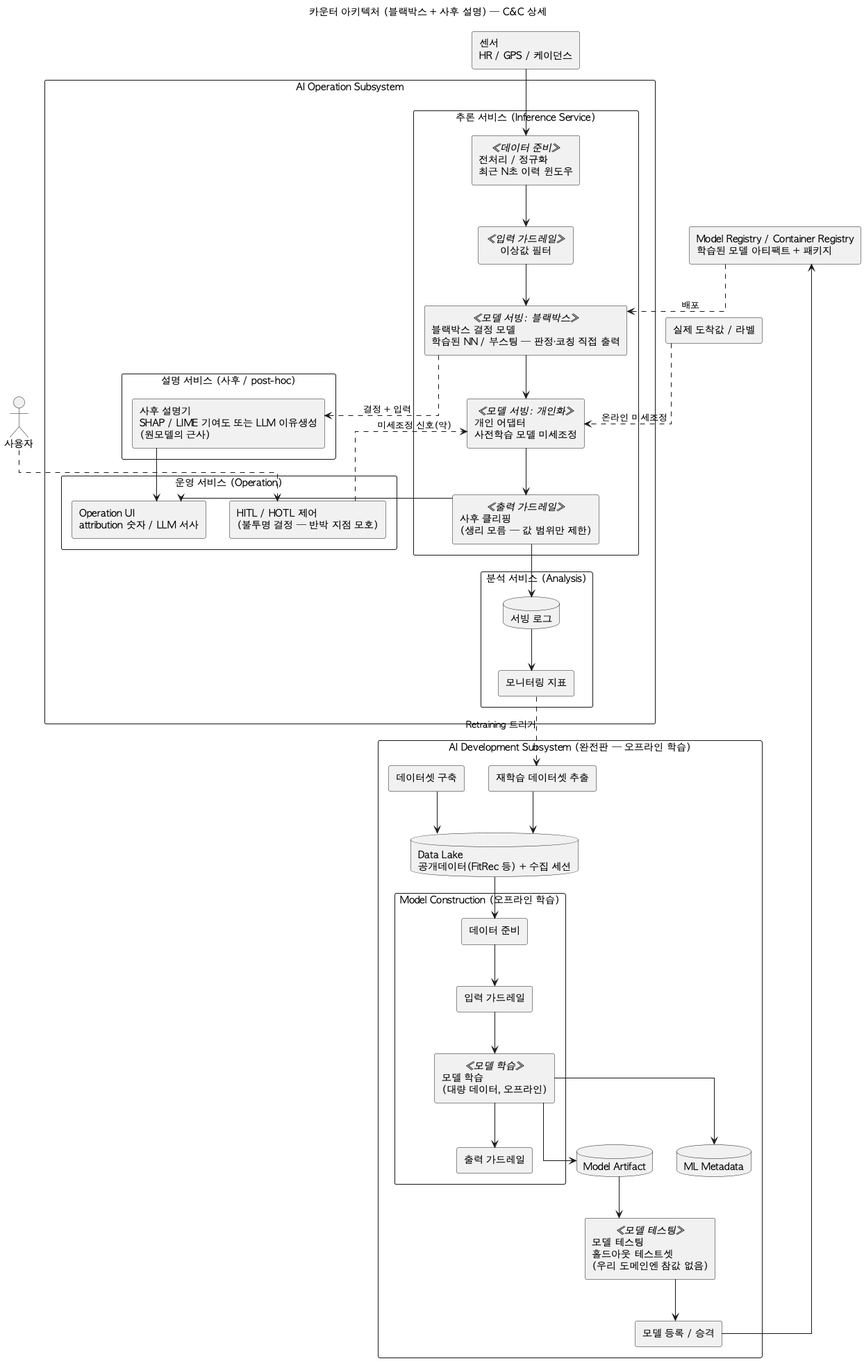
tenyearslove/zone2runner keeps this PlantUML diagram as arch/diagrams/04-counter-component-cnc.png. Above is the earlier version. Source of this version:
```plantuml
@startuml
title 카운터 아키텍처 (블랙박스 + 사후 설명) — C&C 상세
skinparam defaultFontName "AppleGothic"
skinparam componentStyle rectangle
skinparam shadowing false
skinparam packageStyle rectangle
skinparam linetype ortho

actor "사용자" as User
component "센서\nHR / GPS / 케이던스" as Sensors
component "실제 도착값 / 라벨" as H

package "AI Operation Subsystem" {

  package "추론 서비스 (Inference Service)" as INF {
    component "전처리 / 정규화\n최근 N초 이력 윈도우" <<데이터 준비>> as PRE
    component "이상값 필터" <<입력 가드레일>> as IG
    component "블랙박스 결정 모델\n학습된 NN / 부스팅 — 판정·코칭 직접 출력" <<모델 서빙: 블랙박스>> as MODEL
    component "개인 어댑터\n사전학습 모델 미세조정" <<모델 서빙: 개인화>> as ADAPTER
    component "사후 클리핑\n(생리 모름 — 값 범위만 제한)" <<출력 가드레일>> as OG
  }

  package "설명 서비스 (사후 / post-hoc)" as EXP {
    component "사후 설명기\nSHAP / LIME 기여도 또는 LLM 이유생성\n(원모델의 근사)" as POST
  }

  package "분석 서비스 (Analysis)" as ANASVC {
    database "서빙 로그" as SLOG
    component "모니터링 지표" as MON
  }

  package "운영 서비스 (Operation)" as OPSVC {
    component "Operation UI\nattribution 숫자 / LLM 서사" as UI
    component "HITL / HOTL 제어\n(불투명 결정 — 반박 지점 모호)" as CTRL
  }
}

package "AI Development Subsystem (완전판 — 오프라인 학습)" as DEV {
  component "데이터셋 구축" as DSET
  database "Data Lake\n공개데이터(FitRec 등) + 수집 세션" as DLAKE
  component "재학습 데이터셋 추출" as REEX

  package "Model Construction (오프라인 학습)" as MC {
    component "데이터 준비" as MPREP
    component "입력 가드레일" as MIG
    component "모델 학습\n(대량 데이터, 오프라인)" <<모델 학습>> as TRAIN
    component "출력 가드레일" as MOG
    MPREP --> MIG
    MIG --> TRAIN
    TRAIN --> MOG
  }
  database "Model Artifact" as MART
  database "ML Metadata" as MMETA
  component "모델 테스팅\n홀드아웃 테스트셋\n(우리 도메인엔 참값 없음)" <<모델 테스팅>> as MTEST
  component "모델 등록 / 승격" as MPROM
}

component "Model Registry / Container Registry\n학습된 모델 아티팩트 + 패키지" as REG

Sensors --> PRE
PRE --> IG
IG --> MODEL
MODEL --> ADAPTER
ADAPTER --> OG
OG --> UI
OG --> SLOG
SLOG --> MON

MODEL ..> POST : 결정 + 입력
POST --> UI
User ..> CTRL
CTRL ..> ADAPTER : 미세조정 신호(약)

DSET --> DLAKE
DLAKE --> MPREP
TRAIN --> MART
TRAIN --> MMETA
MART --> MTEST
MTEST --> MPROM
MPROM --> REG
REG ..> MODEL : 배포
H ..> ADAPTER : 온라인 미세조정
MON ..> REEX : Retraining 트리거
REEX --> DLAKE
@enduml
```
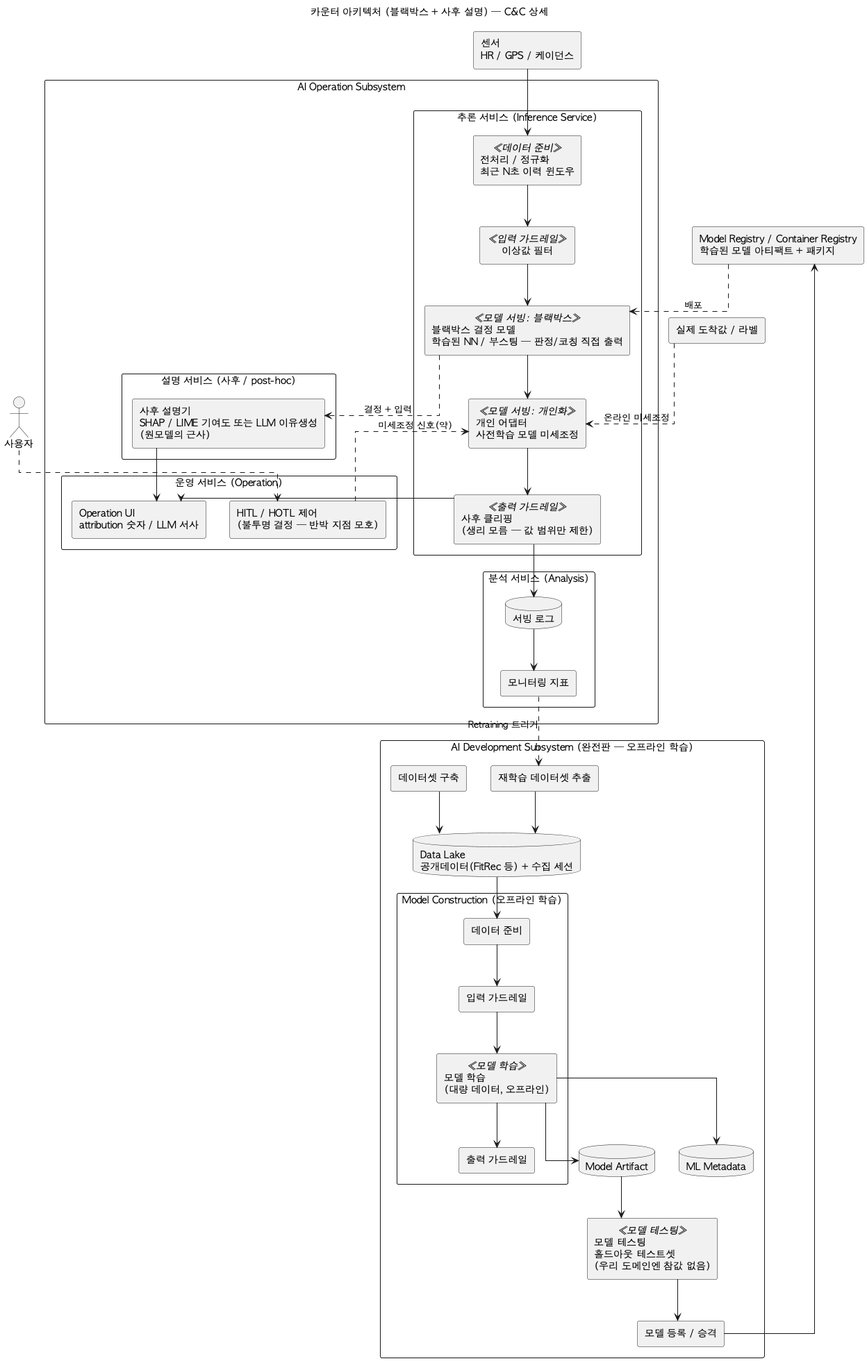
After the commit.

Commit message:
docs(arch): 아키텍처 이름 확정(규칙/통계 기반 개인화 vs 사전학습 블랙박스) + 라벨 정리

What changed in the source:
```diff
@@ -15,7 +15,7 @@
   package "추론 서비스 (Inference Service)" as INF {
     component "전처리 / 정규화\n최근 N초 이력 윈도우" <<데이터 준비>> as PRE
     component "이상값 필터" <<입력 가드레일>> as IG
-    component "블랙박스 결정 모델\n학습된 NN / 부스팅 — 판정·코칭 직접 출력" <<모델 서빙: 블랙박스>> as MODEL
+    component "블랙박스 결정 모델\n학습된 NN / 부스팅 — 판정/코칭 직접 출력" <<모델 서빙: 블랙박스>> as MODEL
     component "개인 어댑터\n사전학습 모델 미세조정" <<모델 서빙: 개인화>> as ADAPTER
     component "사후 클리핑\n(생리 모름 — 값 범위만 제한)" <<출력 가드레일>> as OG
   }
```
